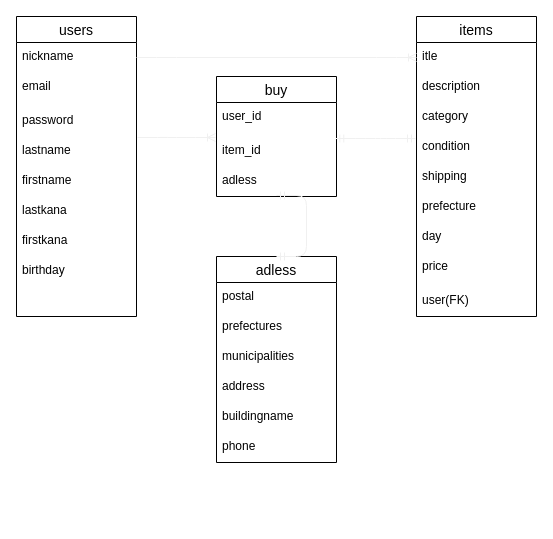
This is er.dio from tec-km/furima-35573, a draw.io file, before an edit. Source tidied: cells renumbered, new cells numbered last; positions are measured from the earlier drawing's top-left corner, leaving out a move shared by most shapes. Both pictures are drawn from the tidied source at 100%, with x=0, y=0 at pixel (16, 16).
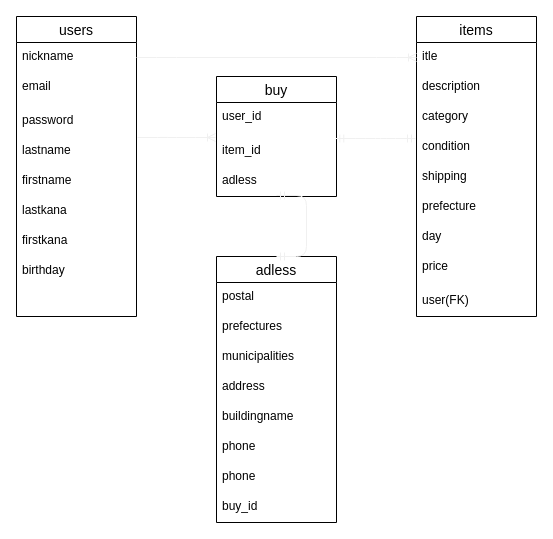
Above is the later version.

The edit, as a diff of the source:
```diff
@@
     <mxCell id="27" value="adless" style="swimlane;fontStyle=0;horizontal=1;startSize=26;align=center;fontSize=14;" parent="1" vertex="1">
-      <mxGeometry x="200" y="240" width="120" height="206" as="geometry" />
+      <mxGeometry x="200" y="240" width="120" height="266" as="geometry" />
     </mxCell>
@@
+    <mxCell id="40" value="phone" style="text;strokeColor=none;fillColor=none;spacingLeft=4;spacingRight=4;overflow=hidden;fontSize=12;" parent="27" vertex="1">
+      <mxGeometry y="176" width="120" height="30" as="geometry" />
+    </mxCell>
     <mxCell id="33" value="phone" style="text;strokeColor=none;fillColor=none;spacingLeft=4;spacingRight=4;overflow=hidden;fontSize=12;" parent="27" vertex="1">
-      <mxGeometry y="176" width="120" height="30" as="geometry" />
+      <mxGeometry y="206" width="120" height="30" as="geometry" />
     </mxCell>
+    <mxCell id="41" value="buy_id" style="text;strokeColor=none;fillColor=none;spacingLeft=4;spacingRight=4;overflow=hidden;fontSize=12;" parent="27" vertex="1">
+      <mxGeometry y="236" width="120" height="30" as="geometry" />
+    </mxCell>
```
